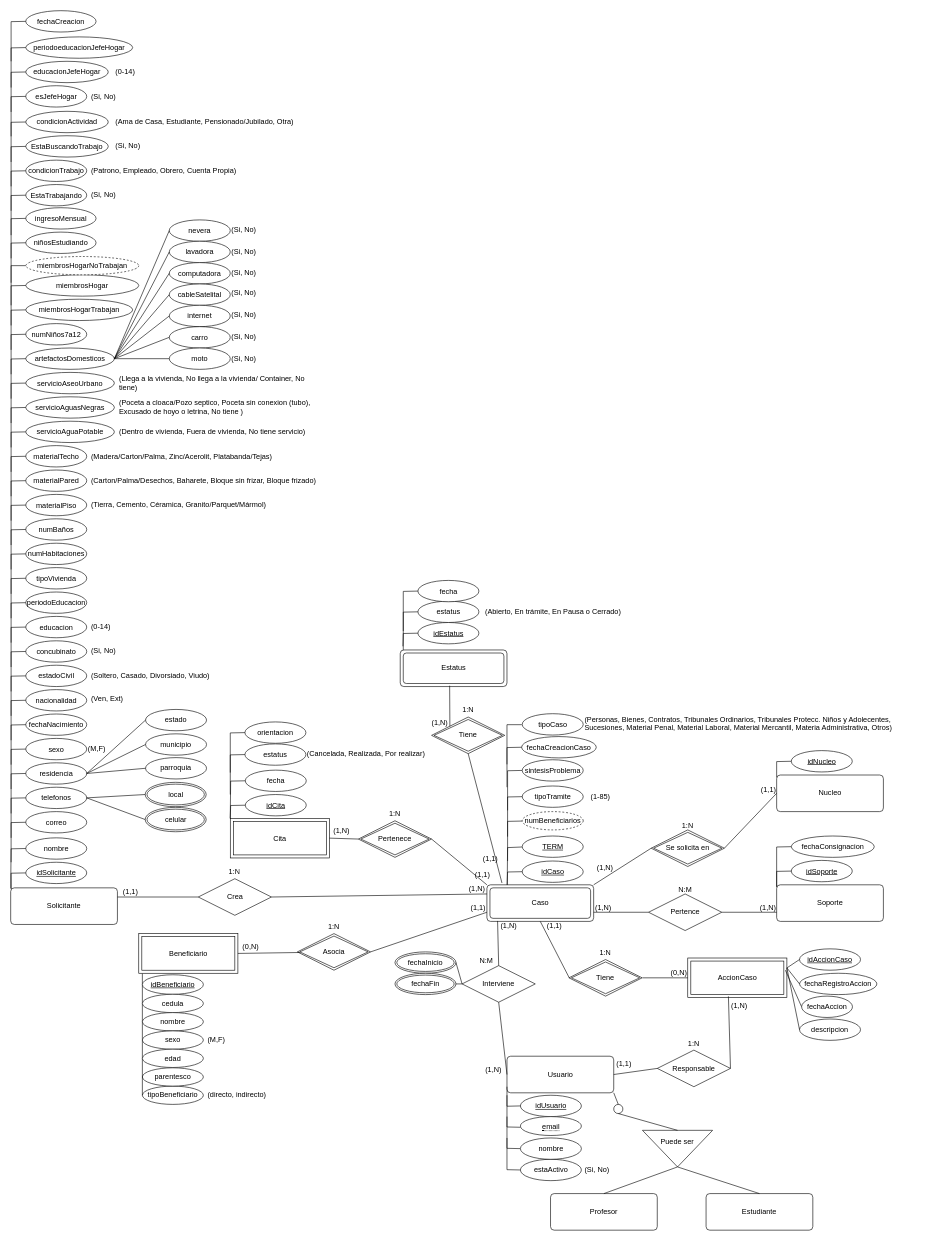
Above: page "Diagrama" (1 of 2) of doc/diagramaConceptual.drawio in DanielCarrenoMar/ClinicaJuridica-UCAB (draw.io), before the change. Source tidied: cells renumbered, new cells numbered last; positions are measured from the earlier drawing's top-left corner, leaving out a move shared by most shapes. Both pictures are drawn from the tidied source at 61%, with x=0, y=0 at pixel (10, 10).
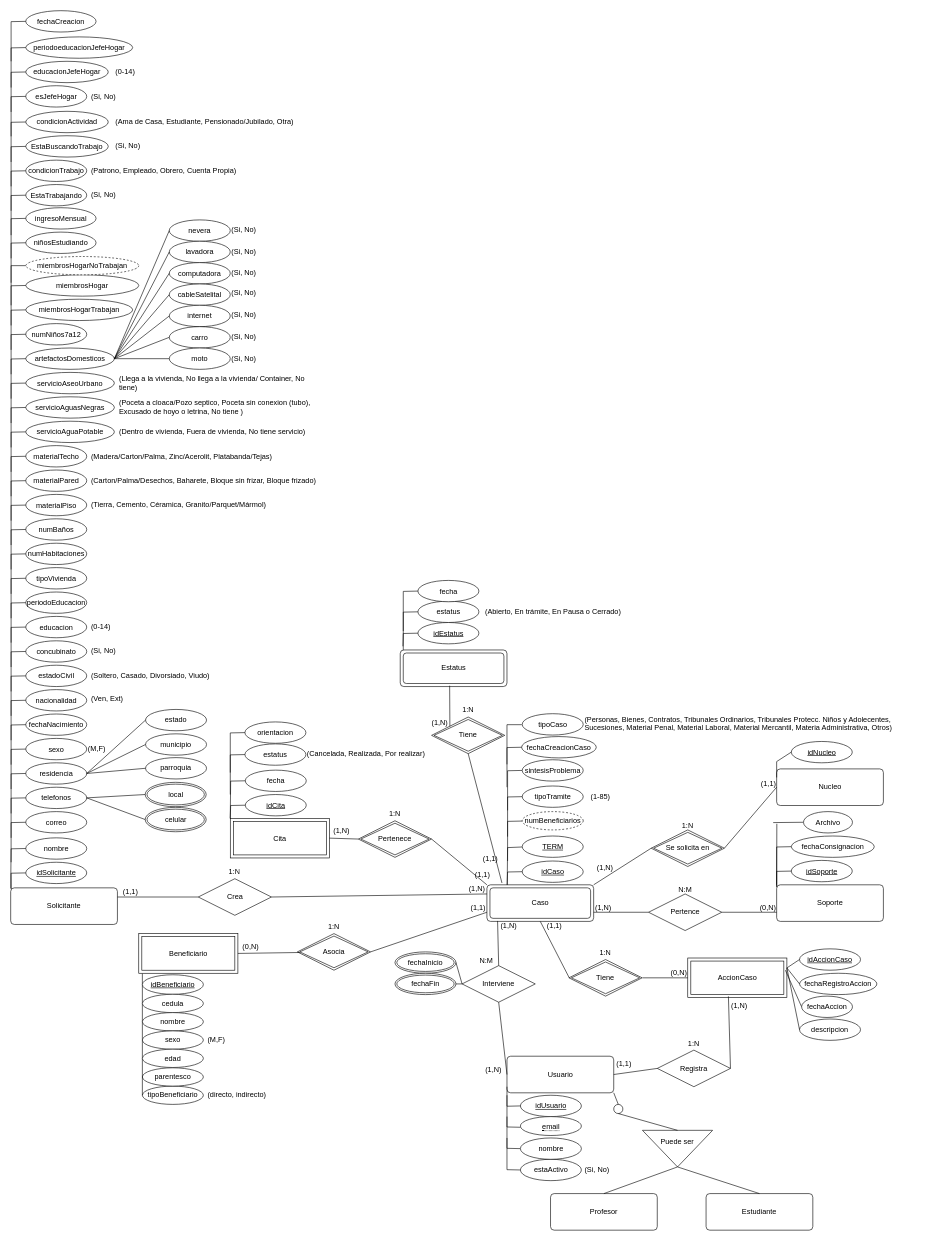
Above is the later version.

Unchanged cells that the change refers to:
```xml
<mxCell id="11" value="Soporte" style="rounded=1;arcSize=10;whiteSpace=wrap;html=1;align=center;" parent="1" vertex="1">
  <mxGeometry x="1255.7" y="1433" width="175" height="60" as="geometry" />
</mxCell>
<mxCell id="16" style="endArrow=none;html=1;rounded=0;exitX=1;exitY=0.5;exitDx=0;exitDy=0;entryX=0;entryY=0.75;entryDx=0;entryDy=0;" parent="1" edge="1" source="26" target="11">
  <mxGeometry relative="1" as="geometry" />
</mxCell>
<mxCell id="64" style="group;" parent="1" vertex="1">
  <mxGeometry x="1060" y="1679" width="120" height="85" as="geometry" />
</mxCell>
```

Change to the diagram source:
```diff
@@
+    <mxCell id="273" style="edgeStyle=none;html=1;exitX=0;exitY=0;exitDx=0;exitDy=0;endArrow=none;endFill=0;" parent="1" edge="1" source="11">
+      <mxGeometry relative="1" as="geometry">
+        <mxPoint x="1256" y="1333" as="targetPoint" />
+      </mxGeometry>
+    </mxCell>
@@
-    <mxCell id="17" value="(1,N)" style="html=1;whiteSpace=wrap;align=right;verticalAlign=bottom;" parent="16" vertex="1">
+    <mxCell id="17" value="(0,N)" style="html=1;whiteSpace=wrap;align=right;verticalAlign=bottom;" parent="16" vertex="1">
       <mxGeometry x="1" relative="1" as="geometry" />
     </mxCell>
@@
-    <mxCell id="65" value="Responsable" style="shape=rhombus;perimeter=rhombusPerimeter;whiteSpace=wrap;html=1;align=center;" parent="64" vertex="1">
+    <mxCell id="65" value="Registra" style="shape=rhombus;perimeter=rhombusPerimeter;whiteSpace=wrap;html=1;align=center;" parent="64" vertex="1">
       <mxGeometry y="25" width="120" height="60" as="geometry" />
     </mxCell>
@@
     <mxCell id="202" value="Nucleo" style="rounded=1;arcSize=10;whiteSpace=wrap;html=1;align=center;" parent="1" vertex="1">
-      <mxGeometry x="1255.7" y="1253" width="175" height="60" as="geometry" />
+      <mxGeometry x="1255.7" y="1243" width="175" height="60" as="geometry" />
     </mxCell>
@@
     <mxCell id="227" value="idNucleo" style="ellipse;whiteSpace=wrap;html=1;align=center;fontStyle=4;" parent="1" vertex="1">
-      <mxGeometry x="1279.7" y="1213" width="100" height="35" as="geometry" />
+      <mxGeometry x="1279.7" y="1198" width="100" height="35" as="geometry" />
     </mxCell>
@@
+    <mxCell id="274" style="edgeStyle=none;html=1;exitX=0;exitY=0.5;exitDx=0;exitDy=0;endArrow=none;endFill=0;" parent="1" edge="1" source="275">
+      <mxGeometry relative="1" as="geometry">
+        <mxPoint x="1250" y="1331" as="targetPoint" />
+      </mxGeometry>
+    </mxCell>
+    <mxCell id="275" value="Archivo" style="ellipse;whiteSpace=wrap;html=1;align=center;" parent="1" vertex="1">
+      <mxGeometry x="1299.7" y="1313" width="80.3" height="35" as="geometry" />
+    </mxCell>
```
